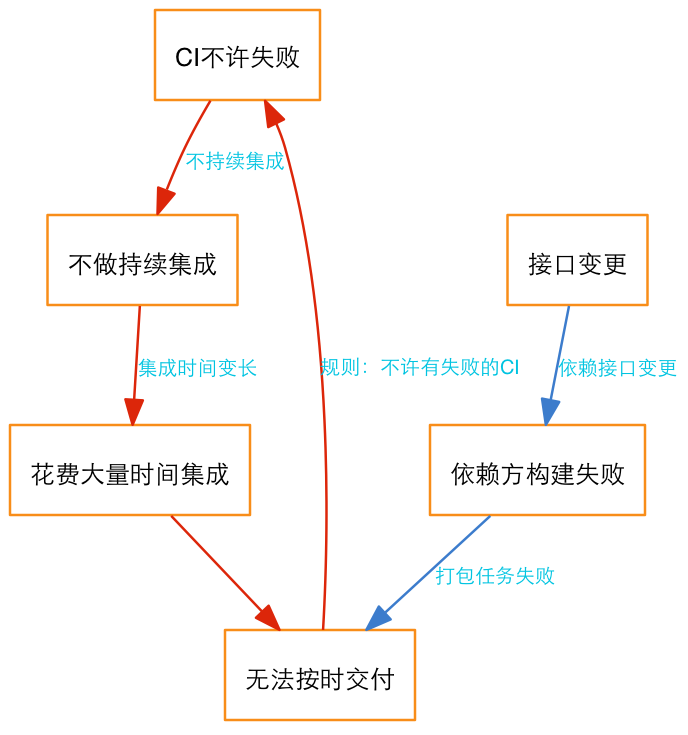
Before: mind-set/images/anti-pattern.png, a diagram exported from Graphviz (abruzzi/pre-iteration-zero). Its source is kept beside it as mind-set/anti-pattern.dot. The source it was exported from:
```dot
digraph {
	fontname="Microsoft YaHei";
    fontsize=10;

    graph [dpi=180];

    node [shape="record", color="#F88D19", fontname="Consolas", fontsize=10];
    edge [color="#3C7CCC", fontname="Consolas", fontsize=10];

	no_ci_failure [label="CI不许失败"];

    interface_change [label="接口变更"];
    no_ci [label="不做持续集成"];

    ci_failure_by_change [label="依赖方构建失败"];
    no_deliver [label="无法按时交付"];

    long_time_integrate [label="花费大量时间集成"];

    edge [fontcolor="#00C3E0", fontsize=8];
    interface_change -> ci_failure_by_change [label="依赖接口变更"];

    ci_failure_by_change -> no_deliver [label="打包任务失败"];

    edge [color="#DC260A"];
    no_deliver -> no_ci_failure [label="规则：不许有失败的CI"];
    no_ci_failure -> no_ci [label="不持续集成"];

    no_ci -> long_time_integrate [label="集成时间变长"];
    long_time_integrate -> no_deliver;
}
```
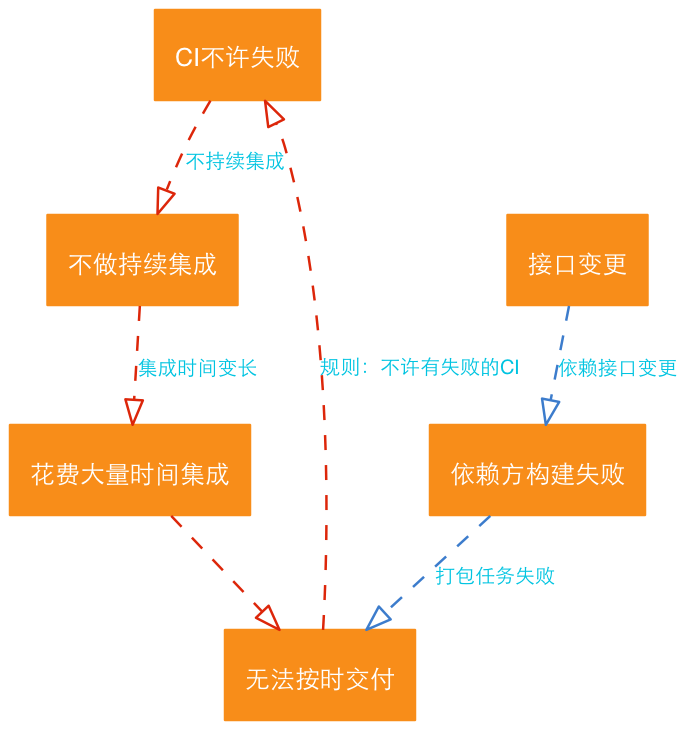
After the change.

The edit, as a diff of the source:
```diff
@@ -4,8 +4,11 @@
 
     graph [dpi=180];
 
-    node [shape="record", color="#F88D19", fontname="Consolas", fontsize=10];
-    edge [color="#3C7CCC", fontname="Consolas", fontsize=10];
+    style="filled"
+    color="#EBEBEB"
+
+    node [shape="record", color="#F88D19", fontname="Consolas", fontsize=10, style="filled", fontcolor="#ffffff"];
+    edge [color="#3C7CCC", fontname="Consolas", fontsize=10, arrowhead="empty", style="dashed"];
 
 	no_ci_failure [label="CI不许失败"];
 
```
